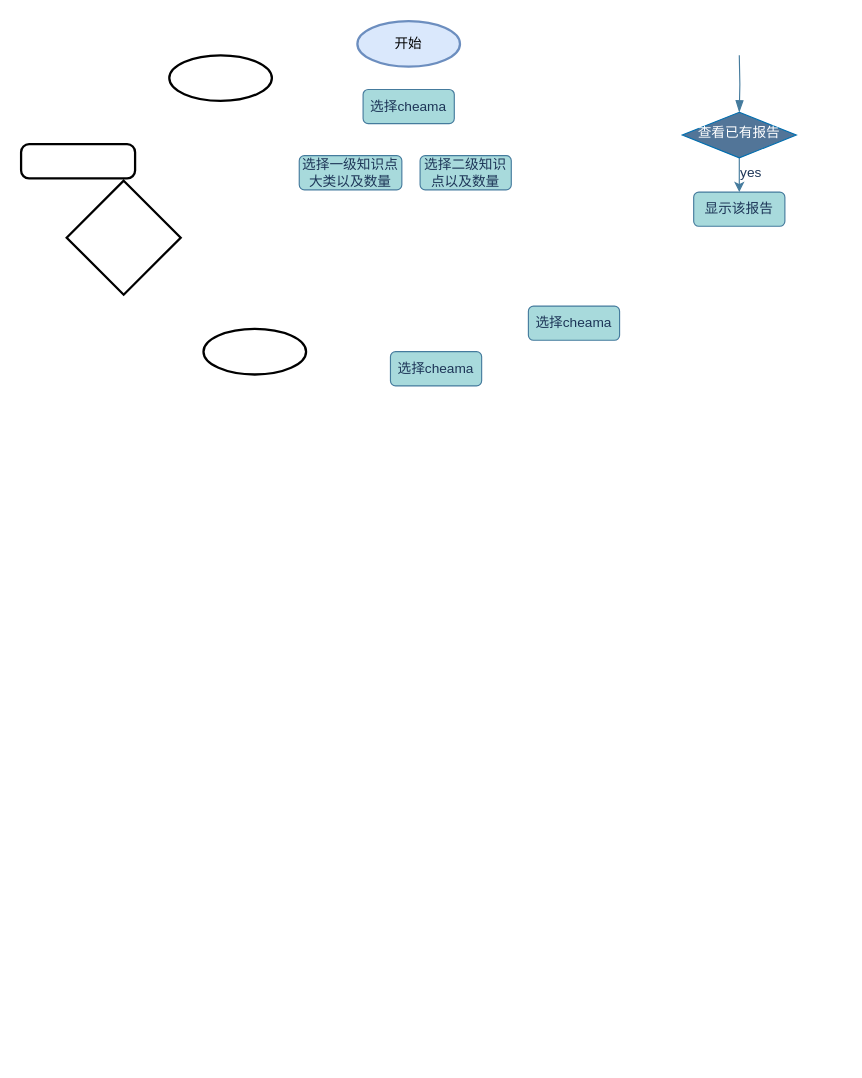
Before: draw/自然语言生成以及相应sql生成.drawio in White1943/sqlEduFB, a draw.io diagram. Source tidied: cells renumbered, new cells numbered last; positions are measured from the earlier drawing's top-left corner, leaving out a move shared by most shapes. Both pictures are drawn from the tidied source at 114%, with x=0, y=0 at pixel (21, 21).
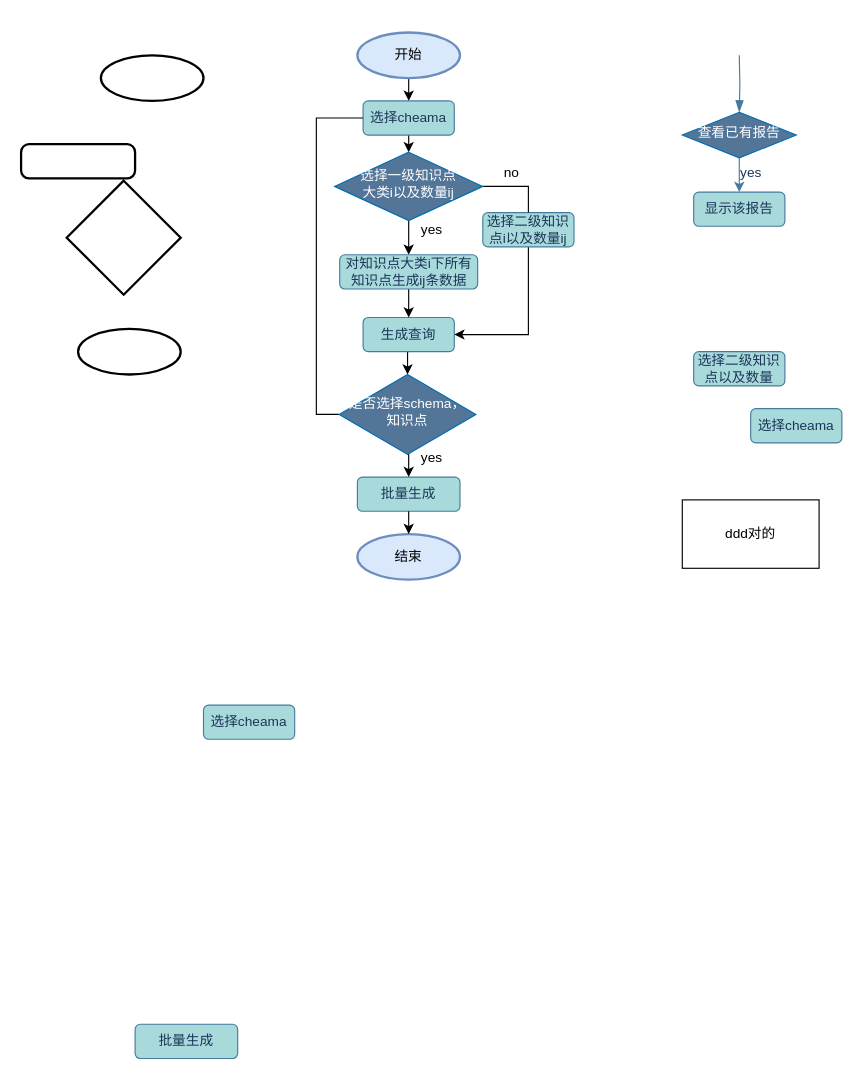
The same diagram, later.

Commit message (it also covers changes not shown here):
更新自然语言生成以及相应sql生成.drawio

Diff of the diagram source:
```diff
@@
     <mxCell id="2" style="strokeWidth=2;html=1;shape=mxgraph.flowchart.start_1;whiteSpace=wrap;" parent="1" vertex="1">
-      <mxGeometry x="130" y="30" width="90" height="40" as="geometry" />
+      <mxGeometry x="70" y="30" width="90" height="40" as="geometry" />
     </mxCell>
     <mxCell id="3" style="strokeWidth=2;html=1;shape=mxgraph.flowchart.start_1;whiteSpace=wrap;" parent="1" vertex="1">
-      <mxGeometry x="160" y="270" width="90" height="40" as="geometry" />
+      <mxGeometry x="50" y="270" width="90" height="40" as="geometry" />
     </mxCell>
@@
+    <mxCell id="17" style="edgeStyle=orthogonalEdgeStyle;rounded=0;jettySize=auto;html=1;exitX=0.5;exitY=1;exitDx=0;exitDy=0;exitPerimeter=0;entryX=0.5;entryY=0;entryDx=0;entryDy=0;" parent="1" edge="1" source="10" target="12">
+      <mxGeometry relative="1" as="geometry" />
+    </mxCell>
     <mxCell id="10" value="开始" style="strokeWidth=2;html=1;shape=mxgraph.flowchart.start_2;whiteSpace=wrap;labelBackgroundColor=none;fillColor=#dae8fc;strokeColor=#6c8ebf;" parent="1" vertex="1">
-      <mxGeometry x="295" width="90" height="40" as="geometry" />
+      <mxGeometry x="295" y="10" width="90" height="40" as="geometry" />
     </mxCell>
@@
+    <mxCell id="18" style="edgeStyle=orthogonalEdgeStyle;rounded=0;jettySize=auto;html=1;exitX=0.5;exitY=1;exitDx=0;exitDy=0;entryX=0.5;entryY=0;entryDx=0;entryDy=0;" parent="1" edge="1" source="12" target="23">
+      <mxGeometry relative="1" as="geometry" />
+    </mxCell>
     <mxCell id="12" value="选择cheama" style="rounded=1;whiteSpace=wrap;html=1;fontSize=12;glass=0;strokeWidth=1;shadow=0;labelBackgroundColor=none;fillColor=#A8DADC;strokeColor=#457B9D;fontColor=#1D3557;" parent="1" vertex="1">
-      <mxGeometry x="300" y="60" width="80" height="30" as="geometry" />
+      <mxGeometry x="300" y="70" width="80" height="30" as="geometry" />
     </mxCell>
-    <mxCell id="13" value="选择一级知识点大类以及数量" style="rounded=1;whiteSpace=wrap;html=1;fontSize=12;glass=0;strokeWidth=1;shadow=0;labelBackgroundColor=none;fillColor=#A8DADC;strokeColor=#457B9D;fontColor=#1D3557;" parent="1" vertex="1">
-      <mxGeometry x="244" y="118" width="90" height="30" as="geometry" />
+    <mxCell id="13" value="批量生成" style="rounded=1;whiteSpace=wrap;html=1;fontSize=12;glass=0;strokeWidth=1;shadow=0;labelBackgroundColor=none;fillColor=#A8DADC;strokeColor=#457B9D;fontColor=#1D3557;" parent="1" vertex="1">
+      <mxGeometry x="295" y="400" width="90" height="30" as="geometry" />
     </mxCell>
     <mxCell id="14" value="选择cheama" style="rounded=1;whiteSpace=wrap;html=1;fontSize=12;glass=0;strokeWidth=1;shadow=0;labelBackgroundColor=none;fillColor=#A8DADC;strokeColor=#457B9D;fontColor=#1D3557;" parent="1" vertex="1">
-      <mxGeometry x="324" y="290" width="80" height="30" as="geometry" />
+      <mxGeometry x="640" y="340" width="80" height="30" as="geometry" />
     </mxCell>
+    <mxCell id="19" style="edgeStyle=orthogonalEdgeStyle;rounded=0;jettySize=auto;html=1;exitX=0.5;exitY=1;exitDx=0;exitDy=0;entryX=0.5;entryY=0;entryDx=0;entryDy=0;" parent="1" edge="1" source="15" target="30">
+      <mxGeometry relative="1" as="geometry" />
+    </mxCell>
-    <mxCell id="15" value="选择cheama" style="rounded=1;whiteSpace=wrap;html=1;fontSize=12;glass=0;strokeWidth=1;shadow=0;labelBackgroundColor=none;fillColor=#A8DADC;strokeColor=#457B9D;fontColor=#1D3557;" parent="1" vertex="1">
-      <mxGeometry x="445" y="250" width="80" height="30" as="geometry" />
+    <mxCell id="15" value="生成查询" style="rounded=1;whiteSpace=wrap;html=1;fontSize=12;glass=0;strokeWidth=1;shadow=0;labelBackgroundColor=none;fillColor=#A8DADC;strokeColor=#457B9D;fontColor=#1D3557;" parent="1" vertex="1">
+      <mxGeometry x="300" y="260" width="80" height="30" as="geometry" />
     </mxCell>
+    <mxCell id="20" style="edgeStyle=orthogonalEdgeStyle;rounded=0;jettySize=auto;html=1;exitX=0.5;exitY=1;exitDx=0;exitDy=0;entryX=1;entryY=0.5;entryDx=0;entryDy=0;" parent="1" edge="1" source="16" target="15">
+      <mxGeometry relative="1" as="geometry" />
+    </mxCell>
-    <mxCell id="16" value="选择二级知识点以及数量" style="rounded=1;whiteSpace=wrap;html=1;fontSize=12;glass=0;strokeWidth=1;shadow=0;labelBackgroundColor=none;fillColor=#A8DADC;strokeColor=#457B9D;fontColor=#1D3557;" parent="1" vertex="1">
-      <mxGeometry x="350" y="118" width="80" height="30" as="geometry" />
+    <mxCell id="16" value="选择二级知识点i以及数量ij" style="rounded=1;whiteSpace=wrap;html=1;fontSize=12;glass=0;strokeWidth=1;shadow=0;labelBackgroundColor=none;fillColor=#A8DADC;strokeColor=#457B9D;fontColor=#1D3557;" parent="1" vertex="1">
+      <mxGeometry x="405" y="168" width="80" height="30" as="geometry" />
     </mxCell>
+    <mxCell id="21" style="edgeStyle=orthogonalEdgeStyle;rounded=0;jettySize=auto;html=1;exitX=0.5;exitY=1;exitDx=0;exitDy=0;entryX=0.5;entryY=0;entryDx=0;entryDy=0;" parent="1" edge="1" source="23" target="26">
+      <mxGeometry relative="1" as="geometry" />
+    </mxCell>
+    <mxCell id="22" style="edgeStyle=orthogonalEdgeStyle;rounded=0;jettySize=auto;html=1;exitX=1;exitY=0.5;exitDx=0;exitDy=0;entryX=0.5;entryY=0;entryDx=0;entryDy=0;endArrow=none;startFill=0;" parent="1" edge="1" source="23" target="16">
+      <mxGeometry relative="1" as="geometry" />
+    </mxCell>
+    <mxCell id="23" value="&lt;span&gt;&lt;font style=&quot;color: rgb(255, 255, 255);&quot;&gt;选择一级知识点&lt;/font&gt;&lt;/span&gt;&lt;div&gt;&lt;span&gt;&lt;font style=&quot;color: rgb(255, 255, 255);&quot;&gt;大类i以及数量ij&lt;/font&gt;&lt;/span&gt;&lt;/div&gt;" style="rhombus;whiteSpace=wrap;html=1;shadow=0;fontFamily=Helvetica;fontSize=12;align=center;strokeWidth=1;spacing=6;spacingTop=-4;labelBackgroundColor=none;fillColor=light-dark(#527598, #2566a8);strokeColor=#006EAF;fontColor=#ffffff;verticalAlign=middle;" parent="1" vertex="1">
+      <mxGeometry x="275" y="115" width="130" height="60" as="geometry" />
+    </mxCell>
+    <mxCell id="24" value="选择二级知识点以及数量" style="rounded=1;whiteSpace=wrap;html=1;fontSize=12;glass=0;strokeWidth=1;shadow=0;labelBackgroundColor=none;fillColor=#A8DADC;strokeColor=#457B9D;fontColor=#1D3557;" parent="1" vertex="1">
+      <mxGeometry x="590" y="290" width="80" height="30" as="geometry" />
+    </mxCell>
+    <mxCell id="25" style="edgeStyle=orthogonalEdgeStyle;rounded=0;jettySize=auto;html=1;exitX=0.5;exitY=1;exitDx=0;exitDy=0;" parent="1" edge="1" source="26" target="15">
+      <mxGeometry relative="1" as="geometry" />
+    </mxCell>
+    <mxCell id="26" value="对知识点大类i下所有知识点生成ij条数据" style="rounded=1;whiteSpace=wrap;html=1;fontSize=12;glass=0;strokeWidth=1;shadow=0;labelBackgroundColor=none;fillColor=#A8DADC;strokeColor=#457B9D;fontColor=#1D3557;" parent="1" vertex="1">
+      <mxGeometry x="279.5" y="205" width="121" height="30" as="geometry" />
+    </mxCell>
+    <mxCell id="27" value="选择cheama" style="rounded=1;whiteSpace=wrap;html=1;fontSize=12;glass=0;strokeWidth=1;shadow=0;labelBackgroundColor=none;fillColor=#A8DADC;strokeColor=#457B9D;fontColor=#1D3557;" parent="1" vertex="1">
+      <mxGeometry x="160" y="600" width="80" height="30" as="geometry" />
+    </mxCell>
+    <mxCell id="28" style="edgeStyle=orthogonalEdgeStyle;rounded=0;jettySize=auto;html=1;exitX=0.5;exitY=1;exitDx=0;exitDy=0;entryX=0.5;entryY=0;entryDx=0;entryDy=0;" parent="1" edge="1" source="30" target="13">
+      <mxGeometry relative="1" as="geometry" />
+    </mxCell>
+    <mxCell id="29" style="edgeStyle=orthogonalEdgeStyle;rounded=0;jettySize=auto;html=1;exitX=0;exitY=0.5;exitDx=0;exitDy=0;entryX=0;entryY=0.5;entryDx=0;entryDy=0;endArrow=none;startFill=0;" parent="1" edge="1" source="30" target="12">
+      <mxGeometry relative="1" as="geometry" />
+    </mxCell>
+    <mxCell id="30" value="是否选择schema，&lt;div&gt;知识点&lt;/div&gt;" style="rhombus;whiteSpace=wrap;html=1;shadow=0;fontFamily=Helvetica;fontSize=12;align=center;strokeWidth=1;spacing=6;spacingTop=-4;labelBackgroundColor=none;fillColor=light-dark(#527598, #2566a8);strokeColor=#006EAF;fontColor=#ffffff;verticalAlign=middle;" parent="1" vertex="1">
+      <mxGeometry x="279" y="310" width="120" height="70" as="geometry" />
+    </mxCell>
+    <mxCell id="31" value="ddd对的" style="whiteSpace=wrap;html=1;" parent="1" vertex="1">
+      <mxGeometry x="580" y="420" width="120" height="60" as="geometry" />
+    </mxCell>
+    <mxCell id="32" value="批量生成" style="rounded=1;whiteSpace=wrap;html=1;fontSize=12;glass=0;strokeWidth=1;shadow=0;labelBackgroundColor=none;fillColor=#A8DADC;strokeColor=#457B9D;fontColor=#1D3557;" parent="1" vertex="1">
+      <mxGeometry x="100" y="880" width="90" height="30" as="geometry" />
+    </mxCell>
+    <mxCell id="33" value="结束" style="strokeWidth=2;html=1;shape=mxgraph.flowchart.start_2;whiteSpace=wrap;labelBackgroundColor=none;fillColor=#dae8fc;strokeColor=#6c8ebf;" parent="1" vertex="1">
+      <mxGeometry x="295" y="450" width="90" height="40" as="geometry" />
+    </mxCell>
+    <mxCell id="34" value="yes" style="text;html=1;align=center;verticalAlign=middle;strokeColor=none;fillColor=none;" parent="1" vertex="1">
+      <mxGeometry x="340" y="168" width="40" height="30" as="geometry" />
+    </mxCell>
+    <mxCell id="35" value="no" style="text;html=1;align=center;verticalAlign=middle;strokeColor=none;fillColor=none;" parent="1" vertex="1">
+      <mxGeometry x="410" y="118" width="40" height="30" as="geometry" />
+    </mxCell>
+    <mxCell id="36" style="edgeStyle=orthogonalEdgeStyle;rounded=0;jettySize=auto;html=1;exitX=0.5;exitY=1;exitDx=0;exitDy=0;entryX=0.5;entryY=0;entryDx=0;entryDy=0;entryPerimeter=0;" parent="1" edge="1" source="13" target="33">
+      <mxGeometry relative="1" as="geometry" />
+    </mxCell>
+    <mxCell id="37" value="yes" style="text;html=1;align=center;verticalAlign=middle;strokeColor=none;fillColor=none;" parent="1" vertex="1">
+      <mxGeometry x="340" y="368" width="40" height="30" as="geometry" />
+    </mxCell>
```
